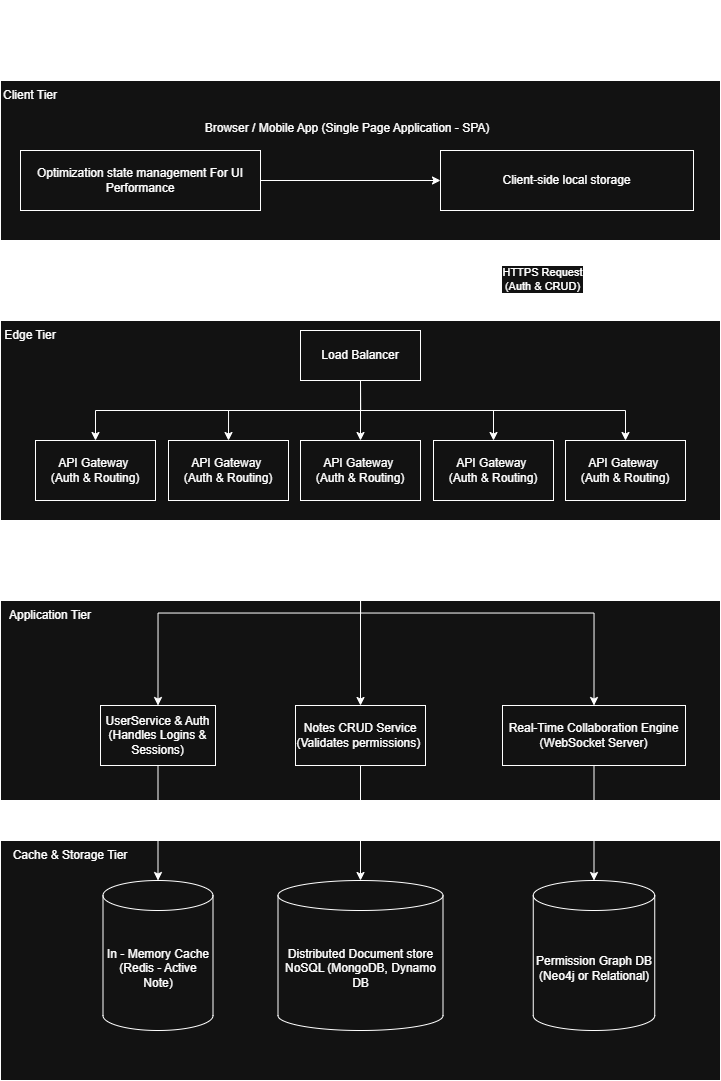
This is 01-notes-app/V02/architecture.png from SAIDEEPBHANGE/system-design, a draw.io export, as it was before one commit. Source tidied: cells renumbered, new cells last; positions are measured from the earlier drawing's top-left corner, leaving out a move shared by most shapes.
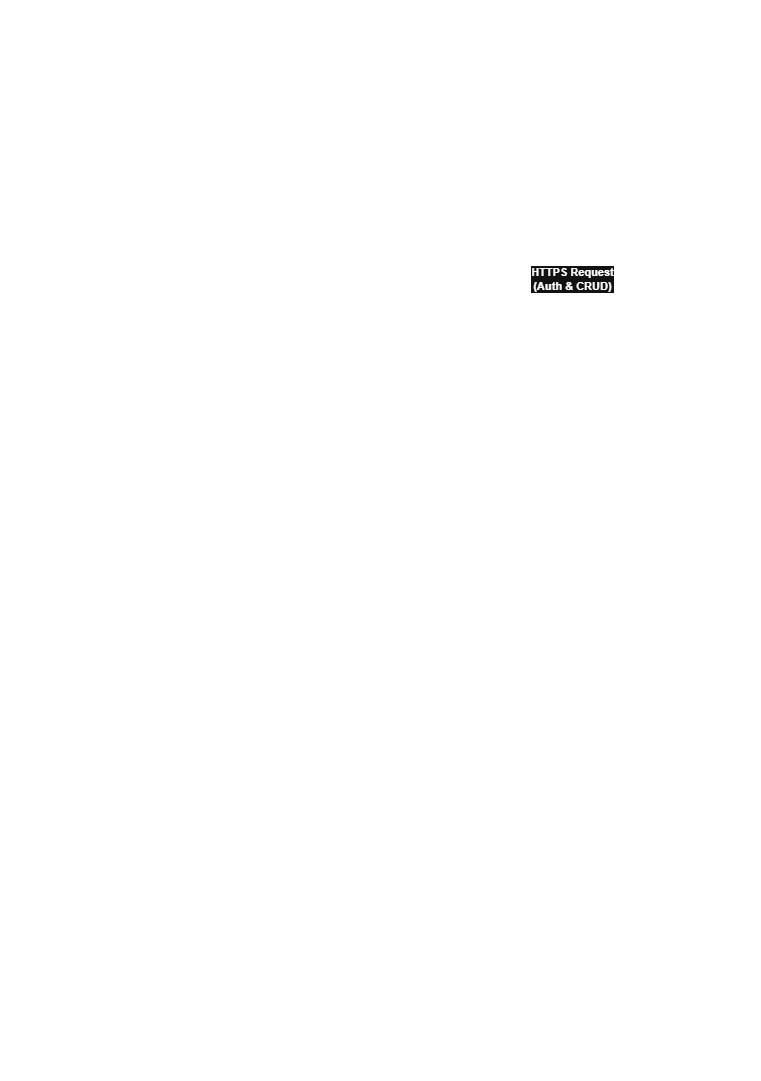
The same file after the commit.

Commit message:
Version 2 is completed in this version I Created a load balancer With different microservices Connect to them With active caching System

Diff of the diagram source:
```diff
@@ -2,132 +2,122 @@
   <root>
     <mxCell id="0" />
     <mxCell id="1" parent="0" />
+    <mxCell id="11" style="rounded=0;whiteSpace=wrap;html=1;dashed=1;fillColor=none;" parent="1" vertex="1">
+      <mxGeometry x="-40" y="320" width="760" height="220" as="geometry" />
+    </mxCell>
-    <mxCell id="2" style="rounded=0;whiteSpace=wrap;html=1;" parent="1" vertex="1">
-      <mxGeometry y="600" width="720" height="200" as="geometry" />
+    <mxCell id="2" style="rounded=0;whiteSpace=wrap;html=1;dashed=1;fillColor=none;" parent="1" vertex="1">
+      <mxGeometry x="-40" y="560" width="760" height="160" as="geometry" />
     </mxCell>
-    <mxCell id="3" style="edgeStyle=orthogonalEdgeStyle;rounded=0;jettySize=auto;html=1;exitX=0.75;exitY=1;exitDx=0;exitDy=0;entryX=0.75;entryY=0;entryDx=0;entryDy=0;" parent="1" edge="1" source="5" target="11">
+    <mxCell id="3" style="edgeStyle=orthogonalEdgeStyle;rounded=0;jettySize=auto;html=1;exitX=0.75;exitY=1;exitDx=0;exitDy=0;entryX=0.75;entryY=0;entryDx=0;entryDy=0;fillColor=none;fontStyle=1;fontSize=11;" parent="1" edge="1" source="5" target="11">
       <mxGeometry relative="1" as="geometry" />
     </mxCell>
-    <mxCell id="4" value="HTTPS R&lt;span style=&quot;background-color: light-dark(#ffffff, var(--ge-dark-color, #121212)); color: light-dark(rgb(0, 0, 0), rgb(255, 255, 255));&quot;&gt;equest&lt;/span&gt;&lt;div&gt;&lt;span style=&quot;background-color: light-dark(#ffffff, var(--ge-dark-color, #121212)); color: light-dark(rgb(0, 0, 0), rgb(255, 255, 255));&quot;&gt;(Auth &amp;amp; CRUD)&lt;/span&gt;&lt;/div&gt;" style="edgeLabel;html=1;align=center;verticalAlign=middle;" parent="3" vertex="1">
+    <mxCell id="4" value="HTTPS R&lt;span style=&quot;background-color: light-dark(#ffffff, var(--ge-dark-color, #121212)); color: light-dark(rgb(0, 0, 0), rgb(255, 255, 255));&quot;&gt;equest&lt;/span&gt;&lt;div&gt;&lt;span style=&quot;background-color: light-dark(#ffffff, var(--ge-dark-color, #121212)); color: light-dark(rgb(0, 0, 0), rgb(255, 255, 255));&quot;&gt;(Auth &amp;amp; CRUD)&lt;/span&gt;&lt;/div&gt;" style="edgeLabel;html=1;align=center;verticalAlign=middle;fontStyle=1;fontSize=11;" parent="3" vertex="1">
       <mxGeometry x="-0.02" y="1" relative="1" as="geometry" />
     </mxCell>
-    <mxCell id="5" style="rounded=0;whiteSpace=wrap;html=1;" parent="1" vertex="1">
-      <mxGeometry y="80" width="720" height="160" as="geometry" />
+    <mxCell id="5" style="rounded=0;whiteSpace=wrap;html=1;strokeWidth=1;dashed=1;fillColor=none;" parent="1" vertex="1">
+      <mxGeometry x="-40" y="80" width="760" height="160" as="geometry" />
     </mxCell>
-    <mxCell id="6" value="&lt;font style=&quot;font-size: 19px;&quot;&gt;Version 02&lt;/font&gt;" style="text;html=1;whiteSpace=wrap;strokeColor=none;fillColor=none;align=center;verticalAlign=middle;rounded=0;" parent="1" vertex="1">
-      <mxGeometry width="160" height="40" as="geometry" />
+    <mxCell id="6" value="&lt;font&gt;Version 02&lt;/font&gt;" style="text;html=1;whiteSpace=wrap;fillColor=none;align=center;verticalAlign=middle;rounded=0;fontStyle=1;fontSize=11;" parent="1" vertex="1">
+      <mxGeometry x="-40" width="160" height="40" as="geometry" />
     </mxCell>
-    <mxCell id="7" value="Client Tier" style="text;html=1;whiteSpace=wrap;strokeColor=none;fillColor=none;align=center;verticalAlign=middle;rounded=0;" parent="1" vertex="1">
-      <mxGeometry y="80" width="60" height="30" as="geometry" />
+    <mxCell id="7" value="Client Tier" style="text;html=1;whiteSpace=wrap;fillColor=none;align=center;verticalAlign=middle;rounded=0;fontStyle=1;fontSize=11;" parent="1" vertex="1">
+      <mxGeometry x="-40" y="80" width="60" height="30" as="geometry" />
     </mxCell>
-    <mxCell id="8" style="edgeStyle=orthogonalEdgeStyle;rounded=0;jettySize=auto;html=1;exitX=0.5;exitY=1;exitDx=0;exitDy=0;entryX=0.5;entryY=0;entryDx=0;entryDy=0;" parent="1" edge="1" source="11" target="37">
-      <mxGeometry relative="1" as="geometry" />
-    </mxCell>
-    <mxCell id="9" style="edgeStyle=orthogonalEdgeStyle;rounded=0;jettySize=auto;html=1;exitX=0.5;exitY=1;exitDx=0;exitDy=0;entryX=0.5;entryY=0;entryDx=0;entryDy=0;" parent="1" edge="1" source="11" target="34">
-      <mxGeometry relative="1" as="geometry" />
-    </mxCell>
-    <mxCell id="10" style="edgeStyle=orthogonalEdgeStyle;rounded=0;jettySize=auto;html=1;exitX=0.5;exitY=1;exitDx=0;exitDy=0;entryX=0.5;entryY=0;entryDx=0;entryDy=0;" parent="1" edge="1" source="11" target="35">
-      <mxGeometry relative="1" as="geometry" />
-    </mxCell>
-    <mxCell id="11" style="rounded=0;whiteSpace=wrap;html=1;" parent="1" vertex="1">
-      <mxGeometry y="320" width="720" height="200" as="geometry" />
-    </mxCell>
-    <mxCell id="12" value="Edge Tier" style="text;html=1;whiteSpace=wrap;strokeColor=none;fillColor=none;align=center;verticalAlign=middle;rounded=0;" parent="1" vertex="1">
-      <mxGeometry y="320" width="60" height="30" as="geometry" />
+    <mxCell id="12" value="Edge Tier" style="text;html=1;whiteSpace=wrap;fillColor=none;align=center;verticalAlign=middle;rounded=0;fontStyle=1;fontSize=11;" parent="1" vertex="1">
+      <mxGeometry x="-40" y="320" width="60" height="30" as="geometry" />
     </mxCell>
-    <mxCell id="13" value="Application Tier" style="text;html=1;whiteSpace=wrap;strokeColor=none;fillColor=none;align=center;verticalAlign=middle;rounded=0;" parent="1" vertex="1">
-      <mxGeometry y="600" width="100" height="30" as="geometry" />
+    <mxCell id="13" value="Application Tier" style="text;html=1;whiteSpace=wrap;fillColor=none;align=center;verticalAlign=middle;rounded=0;fontStyle=1;fontSize=11;" parent="1" vertex="1">
+      <mxGeometry x="-40" y="560" width="100" height="30" as="geometry" />
     </mxCell>
-    <mxCell id="14" style="rounded=0;whiteSpace=wrap;html=1;" parent="1" vertex="1">
-      <mxGeometry y="840" width="720" height="240" as="geometry" />
+    <mxCell id="14" style="rounded=0;whiteSpace=wrap;html=1;dashed=1;fillColor=none;" parent="1" vertex="1">
+      <mxGeometry x="-40" y="760" width="760" height="320" as="geometry" />
     </mxCell>
-    <mxCell id="15" value="Cache &amp;amp; Storage Tier" style="text;html=1;whiteSpace=wrap;strokeColor=none;fillColor=none;align=center;verticalAlign=middle;rounded=0;" parent="1" vertex="1">
-      <mxGeometry y="840" width="140" height="30" as="geometry" />
+    <mxCell id="15" value="Cache &amp;amp; Storage Tier" style="text;html=1;whiteSpace=wrap;fillColor=none;align=center;verticalAlign=middle;rounded=0;fontStyle=1;fontSize=11;" parent="1" vertex="1">
+      <mxGeometry x="80" y="760" width="140" height="30" as="geometry" />
     </mxCell>
-    <mxCell id="16" value="&#10;Browser / Mobile App (Single Page Application - SPA)&#10;&#10;" style="text;html=1;whiteSpace=wrap;strokeColor=none;fillColor=none;align=center;verticalAlign=middle;rounded=0;" parent="1" vertex="1">
+    <mxCell id="16" value="&#10;Browser / Mobile App (Single Page Application - SPA)&#10;&#10;" style="text;html=1;whiteSpace=wrap;fillColor=none;align=center;verticalAlign=middle;rounded=0;fontStyle=1;fontSize=11;" parent="1" vertex="1">
       <mxGeometry x="197" y="120" width="300" height="30" as="geometry" />
     </mxCell>
-    <mxCell id="17" style="edgeStyle=orthogonalEdgeStyle;rounded=0;jettySize=auto;html=1;exitX=1;exitY=0.5;exitDx=0;exitDy=0;entryX=0;entryY=0.5;entryDx=0;entryDy=0;" parent="1" edge="1" source="18" target="19">
+    <mxCell id="17" style="edgeStyle=orthogonalEdgeStyle;rounded=0;jettySize=auto;html=1;exitX=1;exitY=0.5;exitDx=0;exitDy=0;entryX=0;entryY=0.5;entryDx=0;entryDy=0;fillColor=none;fontStyle=1;fontSize=11;" parent="1" edge="1" source="18" target="19">
       <mxGeometry relative="1" as="geometry" />
     </mxCell>
-    <mxCell id="18" value="Optimization state management For UI Performance" style="rounded=0;whiteSpace=wrap;html=1;" parent="1" vertex="1">
-      <mxGeometry x="20" y="150" width="240" height="60" as="geometry" />
+    <mxCell id="18" value="Optimization state management For UI Performance" style="rounded=0;whiteSpace=wrap;html=1;fillColor=none;fontStyle=1;fontSize=11;" parent="1" vertex="1">
+      <mxGeometry x="-25" y="150" width="240" height="60" as="geometry" />
     </mxCell>
-    <mxCell id="19" value="Client-side local storage" style="rounded=0;whiteSpace=wrap;html=1;" parent="1" vertex="1">
-      <mxGeometry x="440" y="150" width="253" height="60" as="geometry" />
+    <mxCell id="19" value="Client-side local storage" style="rounded=0;whiteSpace=wrap;html=1;fillColor=none;fontStyle=1;fontSize=11;" parent="1" vertex="1">
+      <mxGeometry x="450" y="150" width="253" height="60" as="geometry" />
     </mxCell>
-    <mxCell id="20" style="endArrow=classic;html=1;rounded=0;exitX=0.111;exitY=0.002;exitDx=0;exitDy=0;exitPerimeter=0;dashed=1;" parent="1" edge="1" source="11">
-      <mxGeometry relative="1" as="geometry">
-        <mxPoint x="79" y="240" as="targetPoint" />
-      </mxGeometry>
+    <mxCell id="20" style="endArrow=classic;html=1;rounded=0;exitX=0.111;exitY=0.002;exitDx=0;exitDy=0;exitPerimeter=0;dashed=1;entryX=0.111;entryY=1.003;entryDx=0;entryDy=0;entryPerimeter=0;fillColor=none;fontStyle=1;fontSize=11;" parent="1" edge="1" source="11" target="5">
+      <mxGeometry relative="1" as="geometry" />
     </mxCell>
-    <mxCell id="21" style="endArrow=classic;html=1;rounded=0;entryX=0.167;entryY=-0.003;entryDx=0;entryDy=0;entryPerimeter=0;dashed=1;" parent="1" edge="1" target="11">
-      <mxGeometry relative="1" as="geometry">
-        <mxPoint x="120" y="240" as="sourcePoint" />
-      </mxGeometry>
+    <mxCell id="21" style="endArrow=classic;html=1;rounded=0;entryX=0.167;entryY=-0.003;entryDx=0;entryDy=0;entryPerimeter=0;dashed=1;exitX=0.167;exitY=0.996;exitDx=0;exitDy=0;exitPerimeter=0;fillColor=none;fontStyle=1;fontSize=11;" parent="1" edge="1" source="5" target="11">
+      <mxGeometry relative="1" as="geometry" />
     </mxCell>
-    <mxCell id="22" style="edgeStyle=orthogonalEdgeStyle;rounded=0;jettySize=auto;html=1;exitX=0.5;exitY=1;exitDx=0;exitDy=0;entryX=0.5;entryY=0;entryDx=0;entryDy=0;" parent="1" edge="1" source="27" target="28">
-      <mxGeometry relative="1" as="geometry" />
-    </mxCell>
-    <mxCell id="23" style="edgeStyle=orthogonalEdgeStyle;rounded=0;jettySize=auto;html=1;exitX=0.5;exitY=1;exitDx=0;exitDy=0;entryX=0.5;entryY=0;entryDx=0;entryDy=0;" parent="1" edge="1" source="27" target="29">
-      <mxGeometry relative="1" as="geometry" />
-    </mxCell>
-    <mxCell id="24" style="edgeStyle=orthogonalEdgeStyle;rounded=0;jettySize=auto;html=1;exitX=0.5;exitY=1;exitDx=0;exitDy=0;entryX=0.5;entryY=0;entryDx=0;entryDy=0;" parent="1" edge="1" source="27" target="30">
-      <mxGeometry relative="1" as="geometry" />
-    </mxCell>
-    <mxCell id="25" style="edgeStyle=orthogonalEdgeStyle;rounded=0;jettySize=auto;html=1;exitX=0.5;exitY=1;exitDx=0;exitDy=0;" parent="1" edge="1" source="27" target="31">
-      <mxGeometry relative="1" as="geometry" />
-    </mxCell>
-    <mxCell id="26" style="edgeStyle=orthogonalEdgeStyle;rounded=0;jettySize=auto;html=1;exitX=0.5;exitY=1;exitDx=0;exitDy=0;" parent="1" edge="1" source="27" target="32">
-      <mxGeometry relative="1" as="geometry" />
-    </mxCell>
+    <mxCell id="43" style="edgeStyle=orthogonalEdgeStyle;rounded=0;jettySize=auto;html=1;exitX=0.5;exitY=1;exitDx=0;exitDy=0;entryX=0.5;entryY=0;entryDx=0;entryDy=0;fillColor=none;fontStyle=1;fontSize=11;" parent="1" edge="1" source="27" target="46">
+      <mxGeometry relative="1" as="geometry" />
+    </mxCell>
-    <mxCell id="27" value="Load Balancer" style="rounded=0;whiteSpace=wrap;html=1;" parent="1" vertex="1">
-      <mxGeometry x="300" y="330" width="120" height="50" as="geometry" />
+    <mxCell id="27" value="Load Balancer" style="rounded=0;whiteSpace=wrap;html=1;fillColor=none;fontStyle=1;fontSize=11;" parent="1" vertex="1">
+      <mxGeometry x="280" y="330" width="120" height="50" as="geometry" />
     </mxCell>
+    <mxCell id="33" value="Real Time Web Sockets" style="text;html=1;whiteSpace=wrap;fillColor=none;align=center;verticalAlign=middle;rounded=0;fontStyle=1;fontSize=11;" parent="1" vertex="1">
+      <mxGeometry x="120" y="260" width="165" height="30" as="geometry" />
+    </mxCell>
+    <mxCell id="44" style="edgeStyle=orthogonalEdgeStyle;rounded=0;jettySize=auto;html=1;exitX=0.5;exitY=1;exitDx=0;exitDy=0;entryX=0.5;entryY=0;entryDx=0;entryDy=0;fillColor=none;" parent="1" edge="1" source="34" target="14">
+      <mxGeometry relative="1" as="geometry" />
+    </mxCell>
+    <mxCell id="34" value="Notes CRUD Service&lt;div&gt;(Validates permissions)&amp;nbsp;&lt;/div&gt;" style="rounded=0;whiteSpace=wrap;html=1;fillColor=none;fontStyle=1;fontSize=11;" parent="1" vertex="1">
+      <mxGeometry x="257.5" y="620" width="165" height="60" as="geometry" />
+    </mxCell>
+    <mxCell id="35" value="Real-Time Collaboration&amp;nbsp;Engine (WebSocket Server)" style="rounded=0;whiteSpace=wrap;html=1;fillColor=none;fontStyle=1;fontSize=11;" parent="1" vertex="1">
+      <mxGeometry x="520" y="620" width="183" height="60" as="geometry" />
+    </mxCell>
+    <mxCell id="37" value="UserService &amp;amp; Auth&lt;div&gt;(Handles Logins &amp;amp; Sessions)&lt;/div&gt;" style="rounded=0;whiteSpace=wrap;html=1;fillColor=none;fontStyle=1;fontSize=11;" parent="1" vertex="1">
+      <mxGeometry x="-18.5" y="620" width="175" height="60" as="geometry" />
+    </mxCell>
+    <mxCell id="39" value="Distributed Document store&lt;div&gt;NoSQL (MongoDB, Dynamo DB&lt;/div&gt;" style="shape=cylinder3;whiteSpace=wrap;html=1;boundedLbl=1;backgroundOutline=1;size=15;fillColor=none;fontStyle=1;fontSize=11;" parent="1" vertex="1">
+      <mxGeometry x="279.8" y="845" width="120" height="150" as="geometry" />
+    </mxCell>
+    <mxCell id="38" value="In - Memory Cache&lt;div&gt;(Redis - Active Note)&lt;/div&gt;" style="shape=cylinder3;whiteSpace=wrap;html=1;boundedLbl=1;backgroundOutline=1;size=15;fillColor=none;fontStyle=1;fontSize=11;" parent="1" vertex="1">
+      <mxGeometry x="8.7" y="845" width="120" height="150" as="geometry" />
+    </mxCell>
+    <mxCell id="40" value="Permission Graph DB&lt;div&gt;(Neo4j or Relational)&lt;/div&gt;" style="shape=cylinder3;whiteSpace=wrap;html=1;boundedLbl=1;backgroundOutline=1;size=15;fillColor=none;fontStyle=1;fontSize=11;" parent="1" vertex="1">
+      <mxGeometry x="551.3" y="845" width="120" height="150" as="geometry" />
+    </mxCell>
+    <mxCell id="45" style="edgeStyle=orthogonalEdgeStyle;rounded=0;jettySize=auto;html=1;exitX=0.5;exitY=1;exitDx=0;exitDy=0;entryX=0.5;entryY=0;entryDx=0;entryDy=0;fillColor=none;fontStyle=1;fontSize=11;" parent="1" edge="1" source="46" target="34">
+      <mxGeometry relative="1" as="geometry" />
+    </mxCell>
+    <mxCell id="46" style="rounded=0;whiteSpace=wrap;html=1;dashed=1;dashPattern=8 8;fillColor=none;fontStyle=1;fontSize=11;" parent="1" vertex="1">
+      <mxGeometry x="-30" y="420" width="740" height="110" as="geometry" />
+    </mxCell>
+    <mxCell id="47" value="N No of API Gateway" style="text;html=1;whiteSpace=wrap;fillColor=none;align=center;verticalAlign=middle;rounded=0;fontStyle=1;fontSize=11;" parent="1" vertex="1">
+      <mxGeometry x="293.1" y="425" width="133.8" height="30" as="geometry" />
+    </mxCell>
+    <mxCell id="48" style="edgeStyle=orthogonalEdgeStyle;rounded=0;jettySize=auto;html=1;exitX=0.75;exitY=1;exitDx=0;exitDy=0;entryX=0.5;entryY=0;entryDx=0;entryDy=0;fillColor=none;fontStyle=1;fontSize=11;" parent="1" edge="1" source="46" target="35">
+      <mxGeometry relative="1" as="geometry" />
+    </mxCell>
+    <mxCell id="49" style="edgeStyle=orthogonalEdgeStyle;rounded=0;jettySize=auto;html=1;exitX=0.25;exitY=1;exitDx=0;exitDy=0;entryX=0.51;entryY=-0.008;entryDx=0;entryDy=0;entryPerimeter=0;fillColor=none;fontStyle=1;fontSize=11;" parent="1" edge="1" source="46" target="37">
+      <mxGeometry relative="1" as="geometry" />
+    </mxCell>
-    <mxCell id="28" value="API Gateway&amp;nbsp;&lt;div&gt;(Auth &amp;amp; Routing)&lt;/div&gt;" style="rounded=0;whiteSpace=wrap;html=1;" parent="1" vertex="1">
-      <mxGeometry x="35" y="440" width="120" height="60" as="geometry" />
+    <mxCell id="28" value="&lt;div&gt;Auth &amp;amp; Routing&lt;/div&gt;" style="rounded=0;whiteSpace=wrap;html=1;fillColor=none;fontStyle=1;fontSize=11;" parent="1" vertex="1">
+      <mxGeometry x="-18.5" y="460" width="123.5" height="60" as="geometry" />
     </mxCell>
-    <mxCell id="29" value="API Gateway&amp;nbsp;&lt;div&gt;(Auth &amp;amp; Routing)&lt;/div&gt;" style="rounded=0;whiteSpace=wrap;html=1;" parent="1" vertex="1">
-      <mxGeometry x="168" y="440" width="120" height="60" as="geometry" />
+    <mxCell id="29" value="&amp;nbsp;&lt;span style=&quot;background-color: transparent; color: light-dark(rgb(0, 0, 0), rgb(255, 255, 255));&quot;&gt;Auth &amp;amp; Routing&lt;/span&gt;" style="rounded=0;whiteSpace=wrap;html=1;fillColor=none;fontStyle=1;fontSize=11;" parent="1" vertex="1">
+      <mxGeometry x="130" y="460" width="123.5" height="60" as="geometry" />
     </mxCell>
-    <mxCell id="30" value="API Gateway&amp;nbsp;&lt;div&gt;(Auth &amp;amp; Routing)&lt;/div&gt;" style="rounded=0;whiteSpace=wrap;html=1;" parent="1" vertex="1">
-      <mxGeometry x="300" y="440" width="120" height="60" as="geometry" />
+    <mxCell id="30" value="&lt;div&gt;Auth &amp;amp; Routing&lt;/div&gt;" style="rounded=0;whiteSpace=wrap;html=1;fillColor=none;fontStyle=1;fontSize=11;" parent="1" vertex="1">
+      <mxGeometry x="280" y="460" width="120" height="60" as="geometry" />
     </mxCell>
-    <mxCell id="31" value="API Gateway&amp;nbsp;&lt;div&gt;(Auth &amp;amp; Routing)&lt;/div&gt;" style="rounded=0;whiteSpace=wrap;html=1;" parent="1" vertex="1">
-      <mxGeometry x="433" y="440" width="120" height="60" as="geometry" />
+    <mxCell id="31" value="&lt;div&gt;Auth &amp;amp; Routing&lt;/div&gt;" style="rounded=0;whiteSpace=wrap;html=1;fillColor=none;fontStyle=1;fontSize=11;" parent="1" vertex="1">
+      <mxGeometry x="426.9" y="460" width="123.5" height="60" as="geometry" />
     </mxCell>
-    <mxCell id="32" value="API Gateway&amp;nbsp;&lt;div&gt;(Auth &amp;amp; Routing)&lt;/div&gt;" style="rounded=0;whiteSpace=wrap;html=1;" parent="1" vertex="1">
-      <mxGeometry x="565" y="440" width="120" height="60" as="geometry" />
+    <mxCell id="32" value="&lt;div&gt;Auth &amp;amp; Routing&lt;/div&gt;" style="rounded=0;whiteSpace=wrap;html=1;fillColor=none;fontStyle=1;fontSize=11;" parent="1" vertex="1">
+      <mxGeometry x="571" y="460" width="123.5" height="60" as="geometry" />
     </mxCell>
-    <mxCell id="33" value="Real Time Web Sockets" style="text;html=1;whiteSpace=wrap;strokeColor=none;fillColor=none;align=center;verticalAlign=middle;rounded=0;" parent="1" vertex="1">
-      <mxGeometry x="120" y="260" width="165" height="30" as="geometry" />
-    </mxCell>
-    <mxCell id="34" value="Notes CRUD Service&lt;div&gt;(Validates permissions)&amp;nbsp;&lt;/div&gt;" style="rounded=0;whiteSpace=wrap;html=1;" parent="1" vertex="1">
-      <mxGeometry x="295" y="705" width="130" height="60" as="geometry" />
-    </mxCell>
-    <mxCell id="35" value="Real-Time Collaboration&amp;nbsp;Engine (WebSocket Server)" style="rounded=0;whiteSpace=wrap;html=1;" parent="1" vertex="1">
-      <mxGeometry x="502" y="705" width="183" height="60" as="geometry" />
-    </mxCell>
-    <mxCell id="36" style="edgeStyle=orthogonalEdgeStyle;rounded=0;jettySize=auto;html=1;exitX=0.5;exitY=1;exitDx=0;exitDy=0;" parent="1" edge="1" source="37" target="38">
-      <mxGeometry relative="1" as="geometry" />
-    </mxCell>
-    <mxCell id="37" value="UserService &amp;amp; Auth&lt;div&gt;(Handles Logins &amp;amp; Sessions)&lt;/div&gt;" style="rounded=0;whiteSpace=wrap;html=1;" parent="1" vertex="1">
-      <mxGeometry x="100" y="705" width="115" height="60" as="geometry" />
-    </mxCell>
-    <mxCell id="38" value="In - Memory Cache&lt;div&gt;(Redis - Active Note)&lt;/div&gt;" style="shape=cylinder3;whiteSpace=wrap;html=1;boundedLbl=1;backgroundOutline=1;size=15;" parent="1" vertex="1">
-      <mxGeometry x="102.5" y="880" width="110" height="150" as="geometry" />
-    </mxCell>
-    <mxCell id="39" value="Distributed Document store&lt;div&gt;NoSQL (MongoDB, Dynamo DB&lt;/div&gt;" style="shape=cylinder3;whiteSpace=wrap;html=1;boundedLbl=1;backgroundOutline=1;size=15;" parent="1" vertex="1">
-      <mxGeometry x="277.5" y="880" width="165" height="150" as="geometry" />
-    </mxCell>
-    <mxCell id="40" value="Permission Graph DB&lt;div&gt;(Neo4j or Relational)&lt;/div&gt;" style="shape=cylinder3;whiteSpace=wrap;html=1;boundedLbl=1;backgroundOutline=1;size=15;" parent="1" vertex="1">
-      <mxGeometry x="532.8" y="880" width="121.5" height="150" as="geometry" />
-    </mxCell>
-    <mxCell id="41" style="edgeStyle=orthogonalEdgeStyle;rounded=0;jettySize=auto;html=1;exitX=0.5;exitY=1;exitDx=0;exitDy=0;entryX=0.5;entryY=0;entryDx=0;entryDy=0;entryPerimeter=0;" parent="1" edge="1" source="34" target="39">
-      <mxGeometry relative="1" as="geometry" />
-    </mxCell>
-    <mxCell id="42" style="edgeStyle=orthogonalEdgeStyle;rounded=0;jettySize=auto;html=1;exitX=0.5;exitY=1;exitDx=0;exitDy=0;entryX=0.5;entryY=0;entryDx=0;entryDy=0;entryPerimeter=0;" parent="1" edge="1" source="35" target="40">
-      <mxGeometry relative="1" as="geometry" />
-    </mxCell>
+    <mxCell id="50" style="edgeStyle=orthogonalEdgeStyle;rounded=0;jettySize=auto;html=1;exitX=0.5;exitY=1;exitDx=0;exitDy=0;entryX=0.143;entryY=-0.001;entryDx=0;entryDy=0;entryPerimeter=0;fillColor=none;" parent="1" edge="1" source="37" target="14">
+      <mxGeometry relative="1" as="geometry" />
+    </mxCell>
+    <mxCell id="51" style="edgeStyle=orthogonalEdgeStyle;rounded=0;jettySize=auto;html=1;exitX=0.5;exitY=1;exitDx=0;exitDy=0;entryX=0.858;entryY=-0.001;entryDx=0;entryDy=0;entryPerimeter=0;fillColor=none;" parent="1" edge="1" source="35" target="14">
+      <mxGeometry relative="1" as="geometry" />
+    </mxCell>
   </root>
 </mxGraphModel>
```
